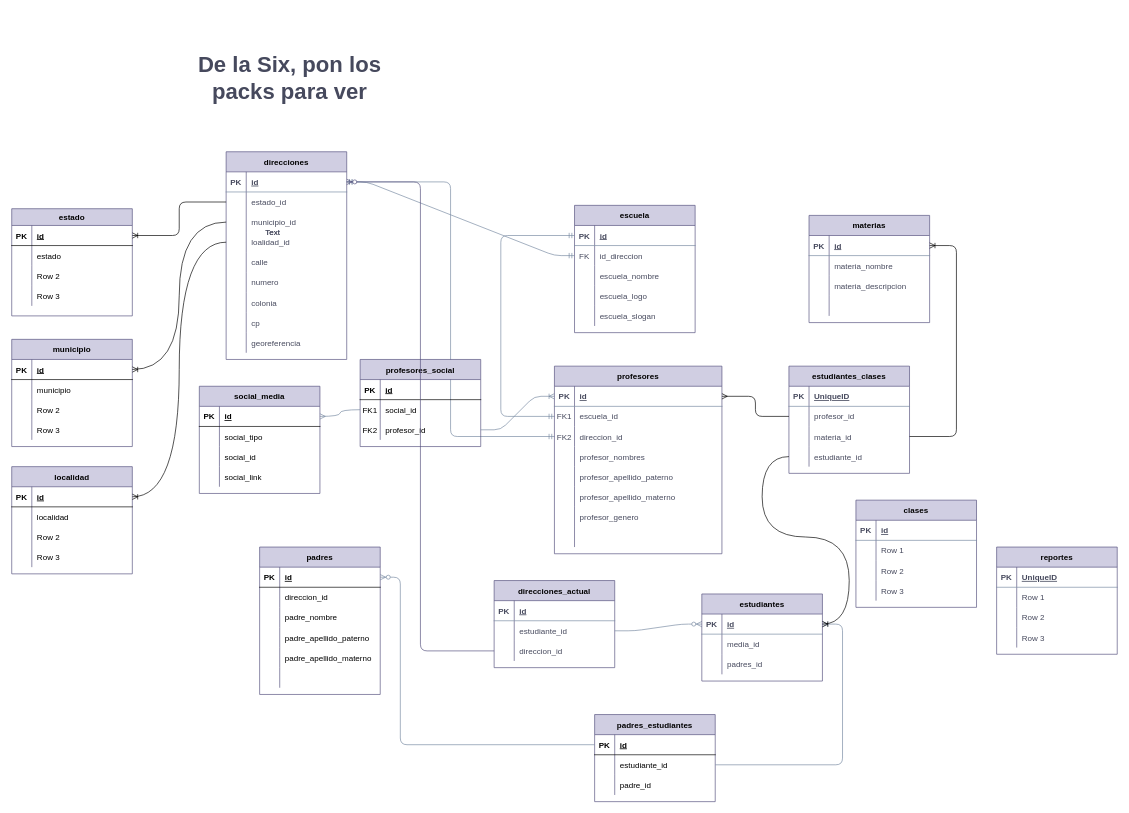
mateomtz199/er_normal keeps this draw.io diagram as er_main.drawio. Above is the earlier version. Source tidied: cells renumbered, new cells numbered last; positions are measured from the earlier drawing's top-left corner, leaving out a move shared by most shapes. Both pictures are drawn from the tidied source at 67%, with x=0, y=0 at pixel (11, 71).
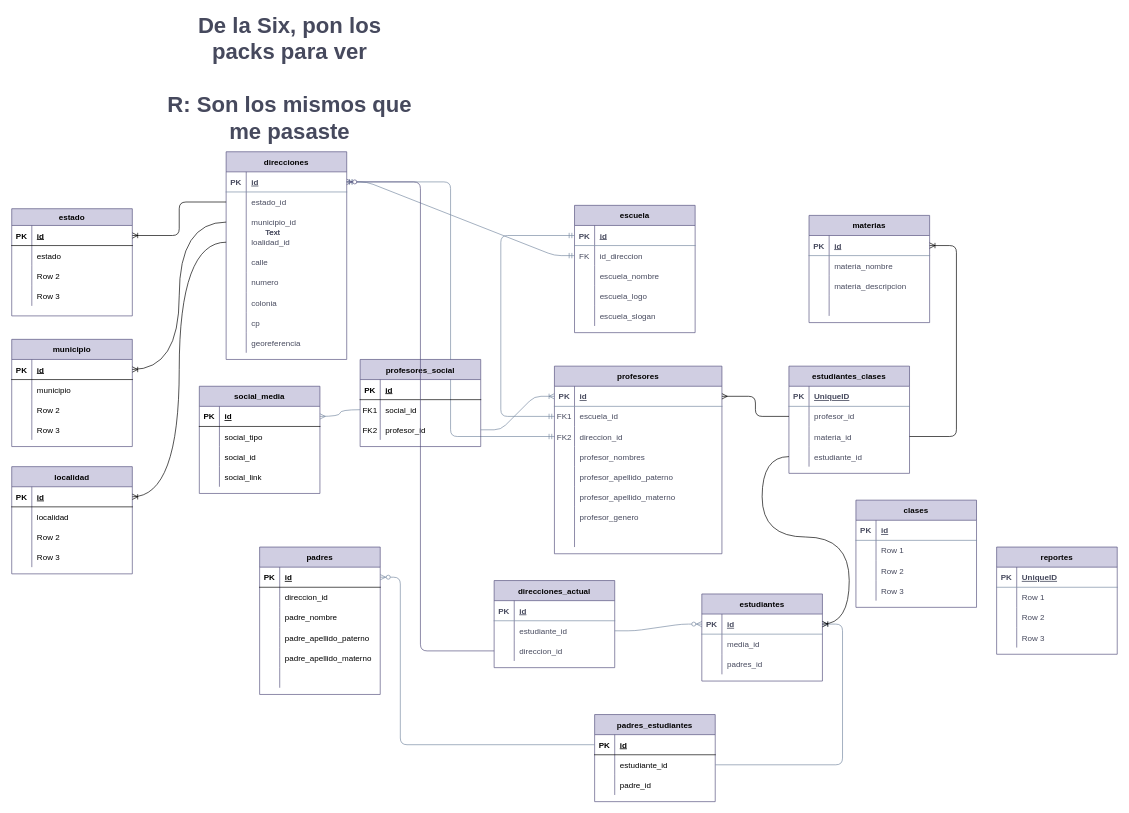
Above is the later version.

The edit, as a diff of the source:
```diff
@@
-    <mxCell id="252" value="&lt;b&gt;&lt;font style=&quot;font-size: 33px&quot;&gt;De la Six, pon los packs para ver&lt;/font&gt;&lt;/b&gt;" style="text;html=1;strokeColor=none;fillColor=none;align=center;verticalAlign=middle;whiteSpace=wrap;rounded=0;sketch=0;fontColor=#46495D;strokeWidth=2;" parent="1" vertex="1">
+    <mxCell id="252" value="&lt;b&gt;&lt;font style=&quot;font-size: 33px&quot;&gt;De la Six, pon los packs para ver&lt;br&gt;&lt;br&gt;R: Son los mismos que me pasaste&lt;br&gt;&lt;/font&gt;&lt;/b&gt;" style="text;html=1;strokeColor=none;fillColor=none;align=center;verticalAlign=middle;whiteSpace=wrap;rounded=0;sketch=0;fontColor=#46495D;strokeWidth=2;" parent="1" vertex="1">
       <mxGeometry x="230" width="370" height="20" as="geometry" />
     </mxCell>
```
